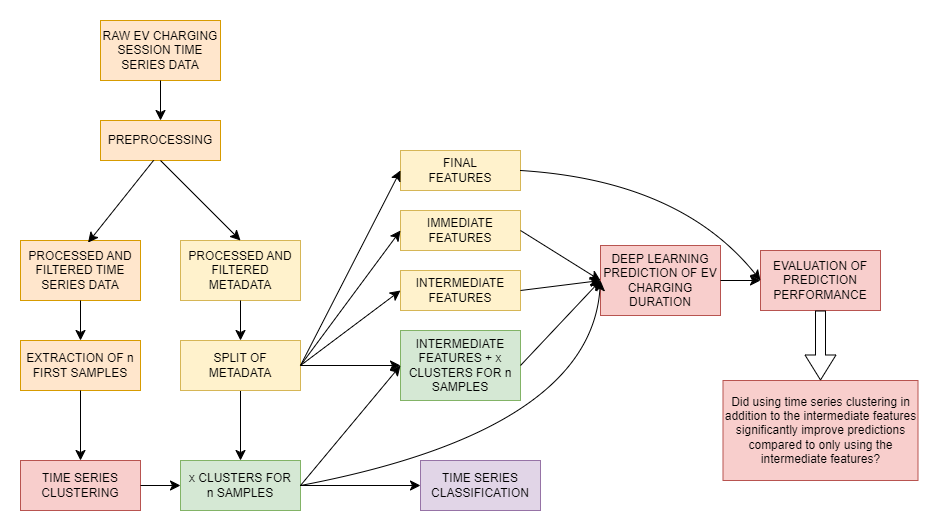
The draw.io diagram Flowchart.drawio.png in Ottoguy/masters, before a commit. Source tidied: cells renumbered, new cells last; positions are measured from the earlier drawing's top-left corner, leaving out a move shared by most shapes.
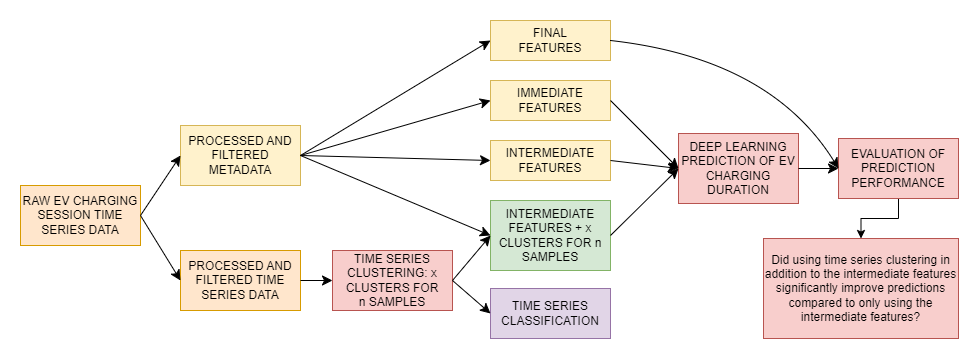
Above is the later version.

What changed in the source:
```diff
@@ -3,106 +3,75 @@
     <mxCell id="0" />
     <mxCell id="1" parent="0" />
     <mxCell id="2" value="RAW EV CHARGING SESSION TIME SERIES DATA" style="rounded=0;whiteSpace=wrap;html=1;fillColor=#ffe6cc;strokeColor=#d79b00;" parent="1" vertex="1">
-      <mxGeometry x="80" width="120" height="60" as="geometry" />
+      <mxGeometry y="315" width="120" height="60" as="geometry" />
     </mxCell>
-    <mxCell id="3" value="PREPROCESSING" style="rounded=0;whiteSpace=wrap;html=1;fillColor=#ffe6cc;strokeColor=#d79b00;" parent="1" vertex="1">
-      <mxGeometry x="80" y="100" width="120" height="40" as="geometry" />
-    </mxCell>
-    <mxCell id="4" style="endArrow=classic;html=1;rounded=0;fontSize=12;startSize=8;endSize=8;curved=1;exitX=0.5;exitY=1;exitDx=0;exitDy=0;entryX=0.5;entryY=0;entryDx=0;entryDy=0;" parent="1" edge="1" source="2" target="3">
-      <mxGeometry relative="1" as="geometry" />
-    </mxCell>
     <mxCell id="5" value="PROCESSED AND FILTERED TIME SERIES DATA" style="rounded=0;whiteSpace=wrap;html=1;fillColor=#ffe6cc;strokeColor=#d79b00;" parent="1" vertex="1">
-      <mxGeometry y="220" width="120" height="60" as="geometry" />
+      <mxGeometry x="160" y="380" width="120" height="60" as="geometry" />
     </mxCell>
     <mxCell id="6" value="PROCESSED AND FILTERED METADATA" style="rounded=0;whiteSpace=wrap;html=1;fillColor=#fff2cc;strokeColor=#d6b656;" parent="1" vertex="1">
-      <mxGeometry x="160" y="220" width="120" height="60" as="geometry" />
+      <mxGeometry x="160" y="255" width="120" height="60" as="geometry" />
     </mxCell>
-    <mxCell id="7" style="endArrow=classic;html=1;rounded=0;fontSize=12;startSize=8;endSize=8;curved=1;exitX=0.443;exitY=0.995;exitDx=0;exitDy=0;exitPerimeter=0;entryX=0.563;entryY=0.035;entryDx=0;entryDy=0;entryPerimeter=0;" parent="1" edge="1" source="3" target="5">
+    <mxCell id="7" style="endArrow=classic;html=1;rounded=0;fontSize=12;startSize=8;endSize=8;curved=1;entryX=0;entryY=0.5;entryDx=0;entryDy=0;exitX=1;exitY=0.5;exitDx=0;exitDy=0;" parent="1" edge="1" source="2" target="5">
       <mxGeometry relative="1" as="geometry" />
     </mxCell>
-    <mxCell id="8" style="endArrow=classic;html=1;rounded=0;fontSize=12;startSize=8;endSize=8;curved=1;exitX=0.5;exitY=1;exitDx=0;exitDy=0;entryX=0.5;entryY=0;entryDx=0;entryDy=0;" parent="1" edge="1" source="3" target="6">
+    <mxCell id="8" style="endArrow=classic;html=1;rounded=0;fontSize=12;startSize=8;endSize=8;curved=1;entryX=0;entryY=0.5;entryDx=0;entryDy=0;exitX=1;exitY=0.5;exitDx=0;exitDy=0;" parent="1" edge="1" source="2" target="6">
       <mxGeometry relative="1" as="geometry" />
     </mxCell>
-    <mxCell id="9" value="EXTRACTION OF n FIRST SAMPLES" style="rounded=0;whiteSpace=wrap;html=1;fillColor=#ffe6cc;strokeColor=#d79b00;" parent="1" vertex="1">
-      <mxGeometry y="320" width="120" height="50" as="geometry" />
-    </mxCell>
-    <mxCell id="10" style="edgeStyle=none;curved=1;rounded=0;jettySize=auto;html=1;fontSize=12;startSize=8;endSize=8;entryX=0.5;entryY=0;entryDx=0;entryDy=0;" parent="1" edge="1" source="11" target="24">
-      <mxGeometry relative="1" as="geometry" />
-    </mxCell>
-    <mxCell id="11" value="SPLIT OF METADATA" style="rounded=0;whiteSpace=wrap;html=1;fillColor=#fff2cc;strokeColor=#d6b656;" parent="1" vertex="1">
-      <mxGeometry x="160" y="320" width="120" height="50" as="geometry" />
-    </mxCell>
-    <mxCell id="12" style="endArrow=classic;html=1;rounded=0;fontSize=12;startSize=8;endSize=8;curved=1;exitX=0.5;exitY=1;exitDx=0;exitDy=0;" parent="1" edge="1" source="5" target="9">
+    <mxCell id="12" style="endArrow=classic;html=1;rounded=0;fontSize=12;startSize=8;endSize=8;curved=1;entryX=0;entryY=0.5;entryDx=0;entryDy=0;exitX=1;exitY=0.5;exitDx=0;exitDy=0;" parent="1" edge="1" source="5" target="14">
       <mxGeometry relative="1" as="geometry" />
     </mxCell>
-    <mxCell id="13" style="endArrow=classic;html=1;rounded=0;fontSize=12;startSize=8;endSize=8;curved=1;entryX=0.5;entryY=0;entryDx=0;entryDy=0;exitX=0.5;exitY=1;exitDx=0;exitDy=0;" parent="1" edge="1" source="6" target="11">
-      <mxGeometry relative="1" as="geometry" />
-    </mxCell>
-    <mxCell id="14" value="TIME SERIES CLUSTERING" style="rounded=0;whiteSpace=wrap;html=1;fillColor=#f8cecc;strokeColor=#b85450;" parent="1" vertex="1">
-      <mxGeometry y="440" width="120" height="50" as="geometry" />
+    <mxCell id="14" value="TIME SERIES CLUSTERING: x CLUSTERS FOR&lt;div&gt;n SAMPLES&lt;/div&gt;" style="rounded=0;whiteSpace=wrap;html=1;fillColor=#f8cecc;strokeColor=#b85450;" parent="1" vertex="1">
+      <mxGeometry x="312" y="380" width="120" height="60" as="geometry" />
     </mxCell>
     <mxCell id="15" value="INTERMEDIATE FEATURES + x CLUSTERS FOR n SAMPLES" style="rounded=0;whiteSpace=wrap;html=1;fillColor=#d5e8d4;strokeColor=#82b366;" parent="1" vertex="1">
-      <mxGeometry x="380" y="310" width="120" height="70" as="geometry" />
+      <mxGeometry x="470" y="330" width="120" height="70" as="geometry" />
     </mxCell>
     <mxCell id="16" value="INTERMEDIATE FEATURES" style="rounded=0;whiteSpace=wrap;html=1;fillColor=#fff2cc;strokeColor=#d6b656;" parent="1" vertex="1">
-      <mxGeometry x="380" y="250" width="120" height="40" as="geometry" />
+      <mxGeometry x="470" y="270" width="120" height="40" as="geometry" />
     </mxCell>
     <mxCell id="17" value="IMMEDIATE FEATURES" style="rounded=0;whiteSpace=wrap;html=1;fillColor=#fff2cc;strokeColor=#d6b656;" parent="1" vertex="1">
-      <mxGeometry x="380" y="190" width="120" height="40" as="geometry" />
+      <mxGeometry x="470" y="210" width="120" height="40" as="geometry" />
     </mxCell>
     <mxCell id="18" value="FINAL&lt;div&gt;FEATURES&lt;/div&gt;" style="rounded=0;whiteSpace=wrap;html=1;fillColor=#fff2cc;strokeColor=#d6b656;" parent="1" vertex="1">
-      <mxGeometry x="380" y="130" width="120" height="40" as="geometry" />
+      <mxGeometry x="470" y="150" width="120" height="40" as="geometry" />
     </mxCell>
-    <mxCell id="19" style="endArrow=classic;html=1;rounded=0;fontSize=12;startSize=8;endSize=8;curved=1;exitX=0.5;exitY=1;exitDx=0;exitDy=0;entryX=0.5;entryY=0;entryDx=0;entryDy=0;" parent="1" edge="1" source="9" target="14">
-      <mxGeometry relative="1" as="geometry" />
-    </mxCell>
-    <mxCell id="20" style="endArrow=classic;html=1;rounded=0;fontSize=12;startSize=8;endSize=8;curved=1;exitX=1;exitY=0.5;exitDx=0;exitDy=0;entryX=0;entryY=0.5;entryDx=0;entryDy=0;" parent="1" edge="1" source="11" target="18">
+    <mxCell id="20" style="endArrow=classic;html=1;rounded=0;fontSize=12;startSize=8;endSize=8;curved=1;exitX=1;exitY=0.5;exitDx=0;exitDy=0;entryX=0;entryY=0.5;entryDx=0;entryDy=0;" parent="1" edge="1" source="6" target="18">
       <mxGeometry relative="1" as="geometry" />
     </mxCell>
-    <mxCell id="21" style="endArrow=classic;html=1;rounded=0;fontSize=12;startSize=8;endSize=8;curved=1;exitX=1;exitY=0.5;exitDx=0;exitDy=0;entryX=0;entryY=0.5;entryDx=0;entryDy=0;" parent="1" edge="1" source="11" target="17">
+    <mxCell id="21" style="endArrow=classic;html=1;rounded=0;fontSize=12;startSize=8;endSize=8;curved=1;exitX=1;exitY=0.5;exitDx=0;exitDy=0;entryX=0;entryY=0.5;entryDx=0;entryDy=0;" parent="1" edge="1" source="6" target="17">
       <mxGeometry relative="1" as="geometry" />
     </mxCell>
-    <mxCell id="22" style="endArrow=classic;html=1;rounded=0;fontSize=12;startSize=8;endSize=8;curved=1;entryX=0;entryY=0.5;entryDx=0;entryDy=0;exitX=1;exitY=0.5;exitDx=0;exitDy=0;" parent="1" edge="1" source="11" target="16">
+    <mxCell id="22" style="endArrow=classic;html=1;rounded=0;fontSize=12;startSize=8;endSize=8;curved=1;entryX=0;entryY=0.5;entryDx=0;entryDy=0;exitX=1;exitY=0.5;exitDx=0;exitDy=0;" parent="1" edge="1" source="6" target="16">
       <mxGeometry relative="1" as="geometry" />
     </mxCell>
-    <mxCell id="23" style="endArrow=classic;html=1;rounded=0;fontSize=12;startSize=8;endSize=8;curved=1;exitX=1;exitY=0.5;exitDx=0;exitDy=0;entryX=0;entryY=0.5;entryDx=0;entryDy=0;" parent="1" edge="1" source="11" target="15">
+    <mxCell id="23" style="endArrow=classic;html=1;rounded=0;fontSize=12;startSize=8;endSize=8;curved=1;exitX=1;exitY=0.5;exitDx=0;exitDy=0;entryX=0;entryY=0.5;entryDx=0;entryDy=0;" parent="1" edge="1" source="6" target="15">
       <mxGeometry relative="1" as="geometry" />
     </mxCell>
-    <mxCell id="24" value="x CLUSTERS FOR&lt;div&gt;n SAMPLES&lt;/div&gt;" style="rounded=0;whiteSpace=wrap;html=1;fillColor=#d5e8d4;strokeColor=#82b366;" parent="1" vertex="1">
-      <mxGeometry x="160" y="440" width="120" height="50" as="geometry" />
-    </mxCell>
     <mxCell id="25" value="TIME SERIES CLASSIFICATION" style="rounded=0;whiteSpace=wrap;html=1;fillColor=#e1d5e7;strokeColor=#9673a6;" parent="1" vertex="1">
-      <mxGeometry x="400" y="440" width="120" height="50" as="geometry" />
+      <mxGeometry x="470" y="418" width="120" height="50" as="geometry" />
     </mxCell>
-    <mxCell id="26" style="endArrow=classic;html=1;rounded=0;fontSize=12;startSize=8;endSize=8;curved=1;exitX=1;exitY=0.5;exitDx=0;exitDy=0;entryX=0;entryY=0.5;entryDx=0;entryDy=0;" parent="1" edge="1" source="14" target="24">
-      <mxGeometry relative="1" as="geometry" />
-    </mxCell>
-    <mxCell id="27" style="endArrow=classic;html=1;rounded=0;fontSize=12;startSize=8;endSize=8;curved=1;entryX=0;entryY=0.5;entryDx=0;entryDy=0;" parent="1" edge="1" source="24" target="25">
+    <mxCell id="27" style="endArrow=classic;html=1;rounded=0;fontSize=12;startSize=8;endSize=8;curved=1;entryX=0;entryY=0.5;entryDx=0;entryDy=0;exitX=1;exitY=0.5;exitDx=0;exitDy=0;" parent="1" edge="1" source="14" target="25">
       <mxGeometry relative="1" as="geometry" />
     </mxCell>
     <mxCell id="28" value="DEEP LEARNING PREDICTION OF EV CHARGING DURATION" style="rounded=0;whiteSpace=wrap;html=1;fillColor=#f8cecc;strokeColor=#b85450;" parent="1" vertex="1">
-      <mxGeometry x="580" y="225" width="120" height="70" as="geometry" />
+      <mxGeometry x="658" y="263" width="120" height="70" as="geometry" />
     </mxCell>
     <mxCell id="29" style="endArrow=classic;html=1;rounded=0;fontSize=12;startSize=8;endSize=8;curved=1;exitX=1;exitY=0.5;exitDx=0;exitDy=0;" parent="1" edge="1" source="15">
       <mxGeometry relative="1" as="geometry">
-        <mxPoint x="580" y="260" as="targetPoint" />
+        <mxPoint x="658" y="298" as="targetPoint" />
       </mxGeometry>
     </mxCell>
-    <mxCell id="30" style="endArrow=classic;html=1;rounded=0;fontSize=12;startSize=8;endSize=8;curved=1;entryX=0;entryY=0.5;entryDx=0;entryDy=0;exitX=1;exitY=0.5;exitDx=0;exitDy=0;" parent="1" edge="1" source="24" target="28">
-      <mxGeometry relative="1" as="geometry">
-        <Array as="points">
-          <mxPoint x="570" y="410" />
-        </Array>
-      </mxGeometry>
-    </mxCell>
     <mxCell id="31" style="endArrow=classic;html=1;rounded=0;fontSize=12;startSize=8;endSize=8;curved=1;exitX=1;exitY=0.5;exitDx=0;exitDy=0;entryX=0;entryY=0.5;entryDx=0;entryDy=0;" parent="1" edge="1" source="16" target="28">
       <mxGeometry relative="1" as="geometry" />
     </mxCell>
     <mxCell id="32" style="endArrow=classic;html=1;rounded=0;fontSize=12;startSize=8;endSize=8;curved=1;exitX=1;exitY=0.5;exitDx=0;exitDy=0;entryX=0;entryY=0.5;entryDx=0;entryDy=0;" parent="1" edge="1" source="17" target="28">
       <mxGeometry relative="1" as="geometry" />
     </mxCell>
+    <mxCell id="38" style="edgeStyle=orthogonalEdgeStyle;rounded=0;jettySize=auto;html=1;exitX=0.5;exitY=1;exitDx=0;exitDy=0;entryX=0.5;entryY=0;entryDx=0;entryDy=0;" parent="1" edge="1" source="33" target="37">
+      <mxGeometry relative="1" as="geometry" />
+    </mxCell>
     <mxCell id="33" value="EVALUATION OF PREDICTION PERFORMANCE" style="rounded=0;whiteSpace=wrap;html=1;fillColor=#f8cecc;strokeColor=#b85450;" parent="1" vertex="1">
-      <mxGeometry x="740" y="230" width="120" height="60" as="geometry" />
+      <mxGeometry x="818" y="268" width="120" height="60" as="geometry" />
     </mxCell>
     <mxCell id="34" style="endArrow=classic;html=1;rounded=0;fontSize=12;startSize=8;endSize=8;curved=1;exitX=1;exitY=0.5;exitDx=0;exitDy=0;entryX=0;entryY=0.5;entryDx=0;entryDy=0;" parent="1" edge="1" source="28" target="33">
       <mxGeometry relative="1" as="geometry" />
@@ -110,7 +79,7 @@
     <mxCell id="35" style="endArrow=classic;html=1;rounded=0;fontSize=12;startSize=8;endSize=8;curved=1;exitX=1;exitY=0.5;exitDx=0;exitDy=0;entryX=0;entryY=0.5;entryDx=0;entryDy=0;" parent="1" edge="1" source="18" target="33">
       <mxGeometry relative="1" as="geometry">
         <Array as="points">
-          <mxPoint x="660" y="160" />
+          <mxPoint x="750" y="188" />
         </Array>
       </mxGeometry>
     </mxCell>
@@ -118,12 +87,9 @@
       <mxGeometry relative="1" as="geometry" />
     </mxCell>
     <mxCell id="37" value="Did using time series clustering in addition to the intermediate features significantly improve predictions compared to only using the intermediate features?" style="rounded=0;whiteSpace=wrap;html=1;fillColor=#f8cecc;strokeColor=#b85450;" parent="1" vertex="1">
-      <mxGeometry x="702.5" y="360" width="195" height="100" as="geometry" />
+      <mxGeometry x="743" y="368" width="195" height="100" as="geometry" />
     </mxCell>
-    <mxCell id="38" style="shape=flexArrow;endArrow=classic;html=1;rounded=0;fontSize=12;startSize=8;endSize=8;curved=1;exitX=0.5;exitY=1;exitDx=0;exitDy=0;entryX=0.5;entryY=0;entryDx=0;entryDy=0;" parent="1" edge="1" source="33" target="37">
-      <mxGeometry relative="1" as="geometry" />
-    </mxCell>
-    <mxCell id="39" style="endArrow=classic;html=1;rounded=0;fontSize=12;startSize=8;endSize=8;curved=1;exitX=1;exitY=0.5;exitDx=0;exitDy=0;entryX=0;entryY=0.5;entryDx=0;entryDy=0;" parent="1" edge="1" source="24" target="15">
+    <mxCell id="39" style="endArrow=classic;html=1;rounded=0;fontSize=12;startSize=8;endSize=8;curved=1;exitX=1;exitY=0.5;exitDx=0;exitDy=0;entryX=0;entryY=0.5;entryDx=0;entryDy=0;" parent="1" edge="1" source="14" target="15">
       <mxGeometry relative="1" as="geometry" />
     </mxCell>
   </root>
```
